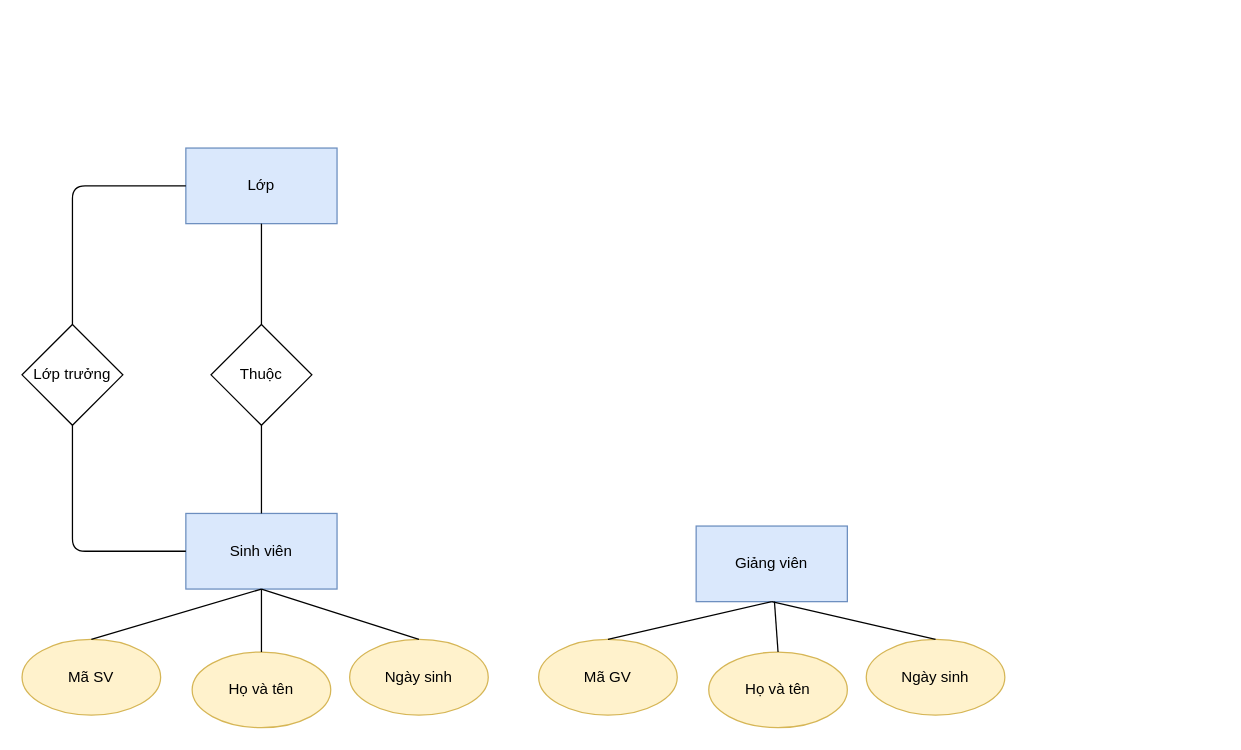
haohuynh1101-hub/appShopping keeps this draw.io diagram as Bài tập 1.drawio. Above is the earlier version. Source tidied: cells renumbered, new cells numbered last; positions are measured from the earlier drawing's top-left corner, leaving out a move shared by most shapes. Both pictures are drawn from the tidied source at 126%, with x=0, y=0 at pixel (21, 147).
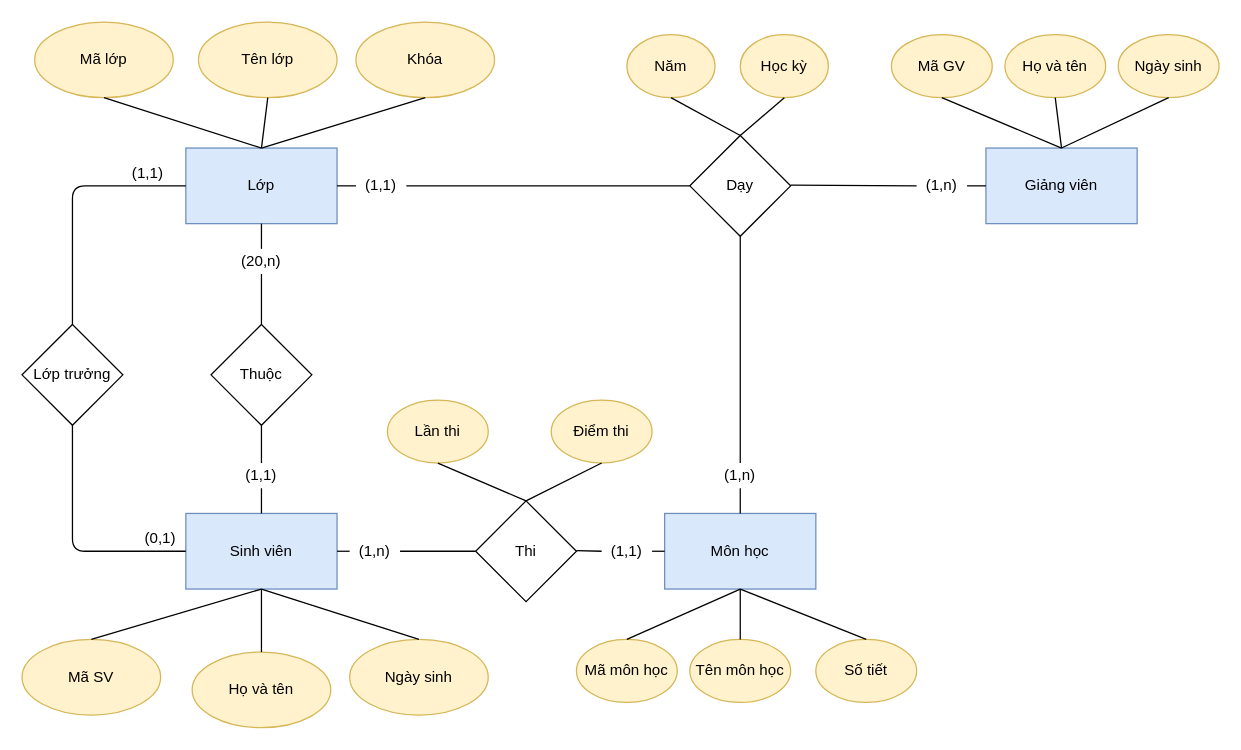
The same diagram, later.

Unchanged cells that the change refers to:
```xml
<mxCell id="2" value="Sinh viên" style="rounded=0;whiteSpace=wrap;html=1;fillColor=#dae8fc;strokeColor=#6c8ebf;" parent="1" vertex="1">
  <mxGeometry x="130" y="290" width="120" height="60" as="geometry" />
</mxCell>
<mxCell id="10" value="Lớp" style="rounded=0;whiteSpace=wrap;html=1;fillColor=#dae8fc;strokeColor=#6c8ebf;" parent="1" vertex="1">
  <mxGeometry x="130" width="120" height="60" as="geometry" />
</mxCell>
<mxCell id="12" value="Thuộc" style="rhombus;whiteSpace=wrap;html=1;" parent="1" vertex="1">
  <mxGeometry x="150" y="140" width="80" height="80" as="geometry" />
</mxCell>
```

The edit, as a diff of the source:
```diff
@@
     <mxCell id="3" value="Giảng viên" style="rounded=0;whiteSpace=wrap;html=1;fillColor=#dae8fc;strokeColor=#6c8ebf;" parent="1" vertex="1">
-      <mxGeometry x="535" y="300" width="120" height="60" as="geometry" />
+      <mxGeometry x="765" width="120" height="60" as="geometry" />
     </mxCell>
     <mxCell id="4" value="Mã GV" style="ellipse;whiteSpace=wrap;html=1;fillColor=#fff2cc;strokeColor=#d6b656;" parent="1" vertex="1">
-      <mxGeometry x="410" y="390" width="110" height="60" as="geometry" />
+      <mxGeometry x="690" y="-90" width="80" height="50" as="geometry" />
     </mxCell>
     <mxCell id="5" value="Họ và tên" style="ellipse;whiteSpace=wrap;html=1;fillColor=#fff2cc;strokeColor=#d6b656;" parent="1" vertex="1">
-      <mxGeometry x="545" y="400" width="110" height="60" as="geometry" />
+      <mxGeometry x="780" y="-90" width="80" height="50" as="geometry" />
     </mxCell>
     <mxCell id="6" value="Ngày sinh" style="ellipse;whiteSpace=wrap;html=1;fillColor=#fff2cc;strokeColor=#d6b656;" parent="1" vertex="1">
-      <mxGeometry x="670" y="390" width="110" height="60" as="geometry" />
+      <mxGeometry x="870" y="-90" width="80" height="50" as="geometry" />
     </mxCell>
-    <mxCell id="7" style="endArrow=none;html=1;exitX=0.5;exitY=0;exitDx=0;exitDy=0;" parent="1" edge="1" source="5" target="3">
+    <mxCell id="7" style="endArrow=none;html=1;exitX=0.5;exitY=1;exitDx=0;exitDy=0;entryX=0.5;entryY=0;entryDx=0;entryDy=0;" parent="1" edge="1" source="5" target="3">
       <mxGeometry relative="1" as="geometry" />
     </mxCell>
-    <mxCell id="8" style="endArrow=none;html=1;exitX=0.5;exitY=0;exitDx=0;exitDy=0;entryX=0.5;entryY=1;entryDx=0;entryDy=0;" parent="1" edge="1" source="6" target="3">
+    <mxCell id="8" style="endArrow=none;html=1;exitX=0.5;exitY=1;exitDx=0;exitDy=0;entryX=0.5;entryY=0;entryDx=0;entryDy=0;" parent="1" edge="1" source="6" target="3">
       <mxGeometry relative="1" as="geometry" />
     </mxCell>
-    <mxCell id="9" style="endArrow=none;html=1;exitX=0.5;exitY=0;exitDx=0;exitDy=0;entryX=0.5;entryY=1;entryDx=0;entryDy=0;" parent="1" edge="1" source="4" target="3">
+    <mxCell id="9" style="endArrow=none;html=1;exitX=0.5;exitY=1;exitDx=0;exitDy=0;entryX=0.5;entryY=0;entryDx=0;entryDy=0;" parent="1" edge="1" source="4" target="3">
       <mxGeometry relative="1" as="geometry" />
     </mxCell>
@@
-    <mxCell id="13" style="endArrow=none;html=1;exitX=0.5;exitY=0;exitDx=0;exitDy=0;entryX=0.5;entryY=1;entryDx=0;entryDy=0;" parent="1" edge="1" source="2" target="12">
+    <mxCell id="13" style="endArrow=none;html=1;exitX=0.5;exitY=0;exitDx=0;exitDy=0;entryX=0.5;entryY=1;entryDx=0;entryDy=0;" parent="1" edge="1" source="56" target="12">
       <mxGeometry relative="1" as="geometry" />
     </mxCell>
-    <mxCell id="14" style="endArrow=none;html=1;exitX=0.5;exitY=0;exitDx=0;exitDy=0;" parent="1" edge="1" source="12" target="10">
+    <mxCell id="14" style="endArrow=none;html=1;exitX=0.5;exitY=0;exitDx=0;exitDy=0;" parent="1" edge="1" source="58" target="10">
       <mxGeometry relative="1" as="geometry" />
     </mxCell>
@@
+    <mxCell id="24" value="Mã lớp" style="ellipse;whiteSpace=wrap;html=1;fillColor=#fff2cc;strokeColor=#d6b656;" parent="1" vertex="1">
+      <mxGeometry x="10" y="-100" width="110" height="60" as="geometry" />
+    </mxCell>
+    <mxCell id="25" value="Tên lớp" style="ellipse;whiteSpace=wrap;html=1;fillColor=#fff2cc;strokeColor=#d6b656;" parent="1" vertex="1">
+      <mxGeometry x="140" y="-100" width="110" height="60" as="geometry" />
+    </mxCell>
+    <mxCell id="26" value="Khóa" style="ellipse;whiteSpace=wrap;html=1;fillColor=#fff2cc;strokeColor=#d6b656;" parent="1" vertex="1">
+      <mxGeometry x="265" y="-100" width="110" height="60" as="geometry" />
+    </mxCell>
+    <mxCell id="27" style="endArrow=none;html=1;entryX=0.5;entryY=1;entryDx=0;entryDy=0;exitX=0.5;exitY=0;exitDx=0;exitDy=0;" parent="1" edge="1" source="10" target="26">
+      <mxGeometry relative="1" as="geometry" />
+    </mxCell>
+    <mxCell id="28" style="endArrow=none;html=1;entryX=0.5;entryY=1;entryDx=0;entryDy=0;exitX=0.5;exitY=0;exitDx=0;exitDy=0;" parent="1" edge="1" source="10" target="24">
+      <mxGeometry relative="1" as="geometry" />
+    </mxCell>
+    <mxCell id="29" style="endArrow=none;html=1;entryX=0.5;entryY=1;entryDx=0;entryDy=0;" parent="1" edge="1" target="25">
+      <mxGeometry relative="1" as="geometry">
+        <mxPoint x="190" as="sourcePoint" />
+      </mxGeometry>
+    </mxCell>
+    <mxCell id="30" value="Môn học" style="rounded=0;whiteSpace=wrap;html=1;fillColor=#dae8fc;strokeColor=#6c8ebf;" parent="1" vertex="1">
+      <mxGeometry x="510" y="290" width="120" height="60" as="geometry" />
+    </mxCell>
+    <mxCell id="31" value="Mã môn học" style="ellipse;whiteSpace=wrap;html=1;fillColor=#fff2cc;strokeColor=#d6b656;" parent="1" vertex="1">
+      <mxGeometry x="440" y="390" width="80" height="50" as="geometry" />
+    </mxCell>
+    <mxCell id="32" value="Tên môn học" style="ellipse;whiteSpace=wrap;html=1;fillColor=#fff2cc;strokeColor=#d6b656;" parent="1" vertex="1">
+      <mxGeometry x="530" y="390" width="80" height="50" as="geometry" />
+    </mxCell>
+    <mxCell id="33" value="Số tiết" style="ellipse;whiteSpace=wrap;html=1;fillColor=#fff2cc;strokeColor=#d6b656;" parent="1" vertex="1">
+      <mxGeometry x="630" y="390" width="80" height="50" as="geometry" />
+    </mxCell>
+    <mxCell id="34" style="endArrow=none;html=1;exitX=0.5;exitY=0;exitDx=0;exitDy=0;entryX=0.5;entryY=1;entryDx=0;entryDy=0;" parent="1" edge="1" source="32" target="30">
+      <mxGeometry relative="1" as="geometry" />
+    </mxCell>
+    <mxCell id="35" style="endArrow=none;html=1;exitX=0.5;exitY=0;exitDx=0;exitDy=0;entryX=0.5;entryY=1;entryDx=0;entryDy=0;" parent="1" edge="1" source="33" target="30">
+      <mxGeometry relative="1" as="geometry" />
+    </mxCell>
+    <mxCell id="36" style="endArrow=none;html=1;exitX=0.5;exitY=0;exitDx=0;exitDy=0;entryX=0.5;entryY=1;entryDx=0;entryDy=0;" parent="1" edge="1" source="31" target="30">
+      <mxGeometry relative="1" as="geometry" />
+    </mxCell>
+    <mxCell id="37" value="Dạy" style="rhombus;whiteSpace=wrap;html=1;" parent="1" vertex="1">
+      <mxGeometry x="530" y="-10" width="80" height="80" as="geometry" />
+    </mxCell>
+    <mxCell id="38" style="endArrow=none;html=1;entryX=0;entryY=0.5;entryDx=0;entryDy=0;" parent="1" edge="1" source="47" target="37">
+      <mxGeometry relative="1" as="geometry" />
+    </mxCell>
+    <mxCell id="39" style="endArrow=none;html=1;entryX=0.5;entryY=1;entryDx=0;entryDy=0;" parent="1" edge="1" source="66" target="37">
+      <mxGeometry relative="1" as="geometry" />
+    </mxCell>
+    <mxCell id="40" style="endArrow=none;html=1;entryX=0;entryY=0.5;entryDx=0;entryDy=0;" parent="1" edge="1" source="45" target="3">
+      <mxGeometry relative="1" as="geometry" />
+    </mxCell>
+    <mxCell id="41" value="Năm" style="ellipse;whiteSpace=wrap;html=1;fillColor=#fff2cc;strokeColor=#d6b656;" parent="1" vertex="1">
+      <mxGeometry x="480" y="-90" width="70" height="50" as="geometry" />
+    </mxCell>
+    <mxCell id="42" value="Học kỳ" style="ellipse;whiteSpace=wrap;html=1;fillColor=#fff2cc;strokeColor=#d6b656;" parent="1" vertex="1">
+      <mxGeometry x="570" y="-90" width="70" height="50" as="geometry" />
+    </mxCell>
+    <mxCell id="43" style="endArrow=none;html=1;exitX=0.5;exitY=1;exitDx=0;exitDy=0;entryX=0.5;entryY=0;entryDx=0;entryDy=0;" parent="1" edge="1" source="41" target="37">
+      <mxGeometry relative="1" as="geometry" />
+    </mxCell>
+    <mxCell id="44" style="endArrow=none;html=1;exitX=0.5;exitY=1;exitDx=0;exitDy=0;entryX=0.5;entryY=0;entryDx=0;entryDy=0;" parent="1" edge="1" source="42" target="37">
+      <mxGeometry relative="1" as="geometry" />
+    </mxCell>
+    <mxCell id="45" value="(1,n)" style="text;html=1;strokeColor=none;fillColor=none;align=center;verticalAlign=middle;whiteSpace=wrap;rounded=0;" parent="1" vertex="1">
+      <mxGeometry x="710" y="20" width="40" height="20" as="geometry" />
+    </mxCell>
+    <mxCell id="46" style="endArrow=none;html=1;entryX=0;entryY=0.5;entryDx=0;entryDy=0;" parent="1" edge="1" target="45">
+      <mxGeometry relative="1" as="geometry">
+        <mxPoint x="610" y="29.5" as="sourcePoint" />
+      </mxGeometry>
+    </mxCell>
+    <mxCell id="47" value="(1,1)" style="text;html=1;strokeColor=none;fillColor=none;align=center;verticalAlign=middle;whiteSpace=wrap;rounded=0;" parent="1" vertex="1">
+      <mxGeometry x="265" y="20" width="40" height="20" as="geometry" />
+    </mxCell>
+    <mxCell id="48" style="endArrow=none;html=1;entryX=0;entryY=0.5;entryDx=0;entryDy=0;" parent="1" edge="1" source="10" target="47">
+      <mxGeometry relative="1" as="geometry" />
+    </mxCell>
+    <mxCell id="49" value="Thi" style="rhombus;whiteSpace=wrap;html=1;" parent="1" vertex="1">
+      <mxGeometry x="360" y="280" width="80" height="80" as="geometry" />
+    </mxCell>
+    <mxCell id="50" style="endArrow=none;html=1;exitX=1;exitY=0.5;exitDx=0;exitDy=0;entryX=0;entryY=0.5;entryDx=0;entryDy=0;" parent="1" edge="1" source="60" target="49">
+      <mxGeometry relative="1" as="geometry" />
+    </mxCell>
+    <mxCell id="51" style="endArrow=none;html=1;exitX=1;exitY=0.5;exitDx=0;exitDy=0;entryX=0;entryY=0.5;entryDx=0;entryDy=0;" parent="1" edge="1" source="62" target="30">
+      <mxGeometry relative="1" as="geometry" />
+    </mxCell>
+    <mxCell id="52" value="Lần thi" style="ellipse;whiteSpace=wrap;html=1;fillColor=#fff2cc;strokeColor=#d6b656;" parent="1" vertex="1">
+      <mxGeometry x="290" y="200" width="80" height="50" as="geometry" />
+    </mxCell>
+    <mxCell id="53" value="Điểm thi" style="ellipse;whiteSpace=wrap;html=1;fillColor=#fff2cc;strokeColor=#d6b656;" parent="1" vertex="1">
+      <mxGeometry x="420" y="200" width="80" height="50" as="geometry" />
+    </mxCell>
+    <mxCell id="54" style="endArrow=none;html=1;exitX=0.5;exitY=1;exitDx=0;exitDy=0;entryX=0.5;entryY=0;entryDx=0;entryDy=0;" parent="1" edge="1" source="52" target="49">
+      <mxGeometry relative="1" as="geometry" />
+    </mxCell>
+    <mxCell id="55" style="endArrow=none;html=1;exitX=0.5;exitY=1;exitDx=0;exitDy=0;entryX=0.5;entryY=0;entryDx=0;entryDy=0;" parent="1" edge="1" source="53" target="49">
+      <mxGeometry relative="1" as="geometry" />
+    </mxCell>
+    <mxCell id="56" value="(1,1)" style="text;html=1;strokeColor=none;fillColor=none;align=center;verticalAlign=middle;whiteSpace=wrap;rounded=0;" parent="1" vertex="1">
+      <mxGeometry x="170" y="250" width="40" height="20" as="geometry" />
+    </mxCell>
+    <mxCell id="57" style="endArrow=none;html=1;exitX=0.5;exitY=0;exitDx=0;exitDy=0;entryX=0.5;entryY=1;entryDx=0;entryDy=0;" parent="1" edge="1" source="2" target="56">
+      <mxGeometry relative="1" as="geometry" />
+    </mxCell>
+    <mxCell id="58" value="(20,n)" style="text;html=1;strokeColor=none;fillColor=none;align=center;verticalAlign=middle;whiteSpace=wrap;rounded=0;" parent="1" vertex="1">
+      <mxGeometry x="170" y="80" width="40" height="20" as="geometry" />
+    </mxCell>
+    <mxCell id="59" style="endArrow=none;html=1;exitX=0.5;exitY=0;exitDx=0;exitDy=0;" parent="1" edge="1" source="12" target="58">
+      <mxGeometry relative="1" as="geometry" />
+    </mxCell>
+    <mxCell id="60" value="(1,n)" style="text;html=1;strokeColor=none;fillColor=none;align=center;verticalAlign=middle;whiteSpace=wrap;rounded=0;" parent="1" vertex="1">
+      <mxGeometry x="260" y="310" width="40" height="20" as="geometry" />
+    </mxCell>
+    <mxCell id="61" style="endArrow=none;html=1;exitX=1;exitY=0.5;exitDx=0;exitDy=0;entryX=0;entryY=0.5;entryDx=0;entryDy=0;" parent="1" edge="1" source="2" target="60">
+      <mxGeometry relative="1" as="geometry" />
+    </mxCell>
+    <mxCell id="62" value="(1,1)" style="text;html=1;strokeColor=none;fillColor=none;align=center;verticalAlign=middle;whiteSpace=wrap;rounded=0;" parent="1" vertex="1">
+      <mxGeometry x="460" y="310" width="40" height="20" as="geometry" />
+    </mxCell>
+    <mxCell id="63" style="endArrow=none;html=1;exitX=1;exitY=0.5;exitDx=0;exitDy=0;entryX=0;entryY=0.5;entryDx=0;entryDy=0;" parent="1" edge="1" target="62">
+      <mxGeometry relative="1" as="geometry">
+        <mxPoint x="440" y="319.5" as="sourcePoint" />
+      </mxGeometry>
+    </mxCell>
+    <mxCell id="64" value="(0,1)" style="text;html=1;strokeColor=none;fillColor=none;align=center;verticalAlign=middle;whiteSpace=wrap;rounded=0;" parent="1" vertex="1">
+      <mxGeometry x="90" y="300" width="40" height="20" as="geometry" />
+    </mxCell>
+    <mxCell id="65" value="(1,1)" style="text;html=1;strokeColor=none;fillColor=none;align=center;verticalAlign=middle;whiteSpace=wrap;rounded=0;" parent="1" vertex="1">
+      <mxGeometry x="80" y="10" width="40" height="20" as="geometry" />
+    </mxCell>
+    <mxCell id="66" value="(1,n)" style="text;html=1;strokeColor=none;fillColor=none;align=center;verticalAlign=middle;whiteSpace=wrap;rounded=0;" parent="1" vertex="1">
+      <mxGeometry x="550" y="250" width="40" height="20" as="geometry" />
+    </mxCell>
+    <mxCell id="67" style="endArrow=none;html=1;entryX=0.5;entryY=1;entryDx=0;entryDy=0;" parent="1" edge="1" source="30" target="66">
+      <mxGeometry relative="1" as="geometry" />
+    </mxCell>
```
